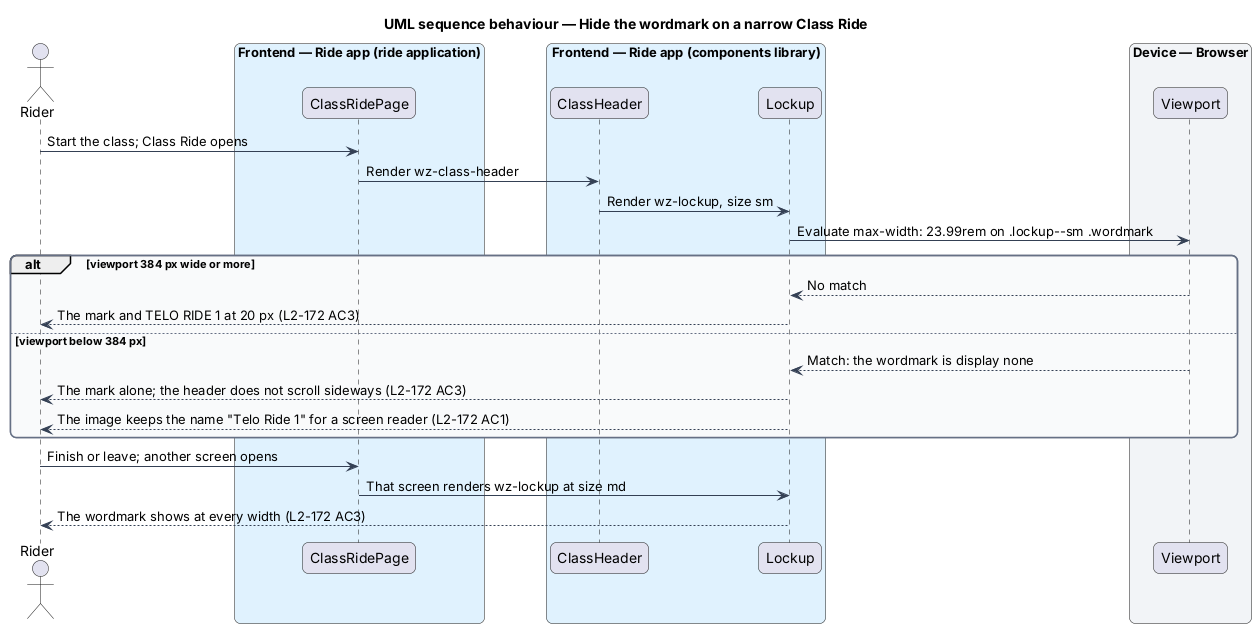
QuinntyneBrown/ride-one keeps this PlantUML diagram as docs/detailed-designs/ui/show-the-wordmark/diagrams/sequence-hide-the-wordmark-on-a-narrow-class-ride.png. Above is the earlier version.
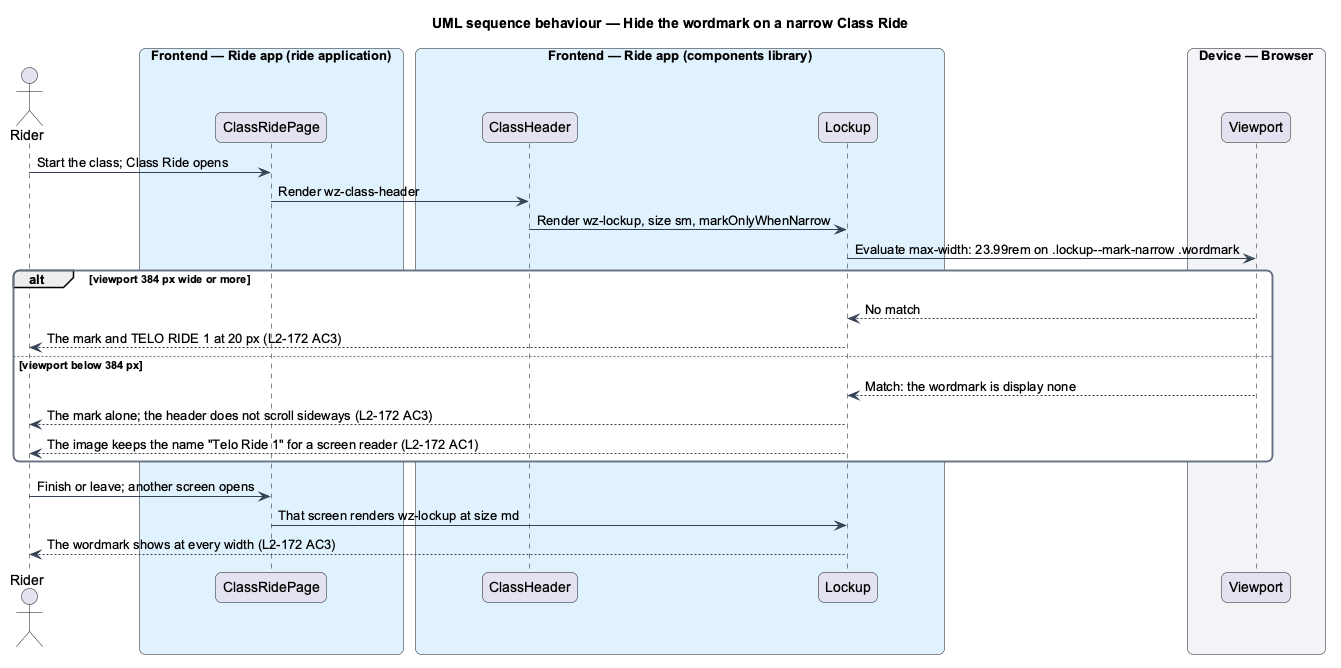
Above is the later version.

Diff of the diagram source:
```diff
@@ -27,8 +27,8 @@
 end box
 rider -> page : Start the class; Class Ride opens
 page -> hdr : Render wz-class-header
-hdr -> lockup : Render wz-lockup, size sm
-lockup -> viewport : Evaluate max-width: 23.99rem on .lockup~--sm .wordmark
+hdr -> lockup : Render wz-lockup, size sm, markOnlyWhenNarrow
+lockup -> viewport : Evaluate max-width: 23.99rem on .lockup~--mark-narrow .wordmark
 alt viewport 384 px wide or more
   viewport --> lockup : No match
   lockup --> rider : The mark and TELO RIDE 1 at 20 px (L2-172 AC3)
```
